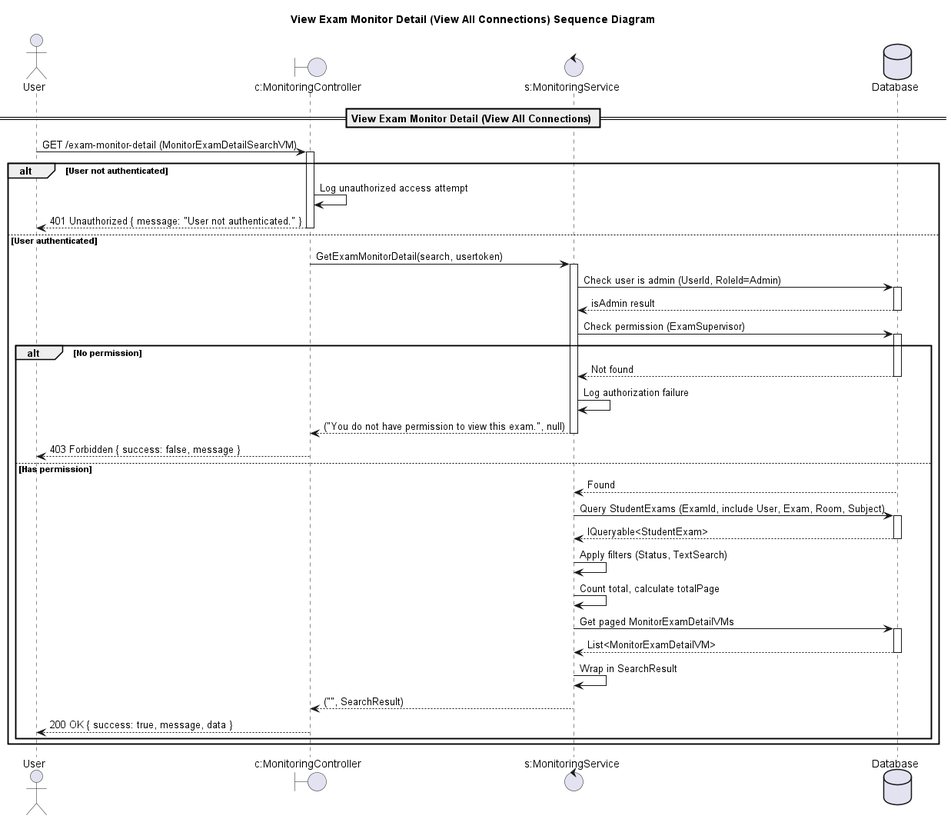
The PlantUML diagram design/out/viewexammonitordetailsequencediagram/viewexammonitordetailsequencediagram.png in conghoan1211/AI-Kiosk-Testing-system, before a commit.
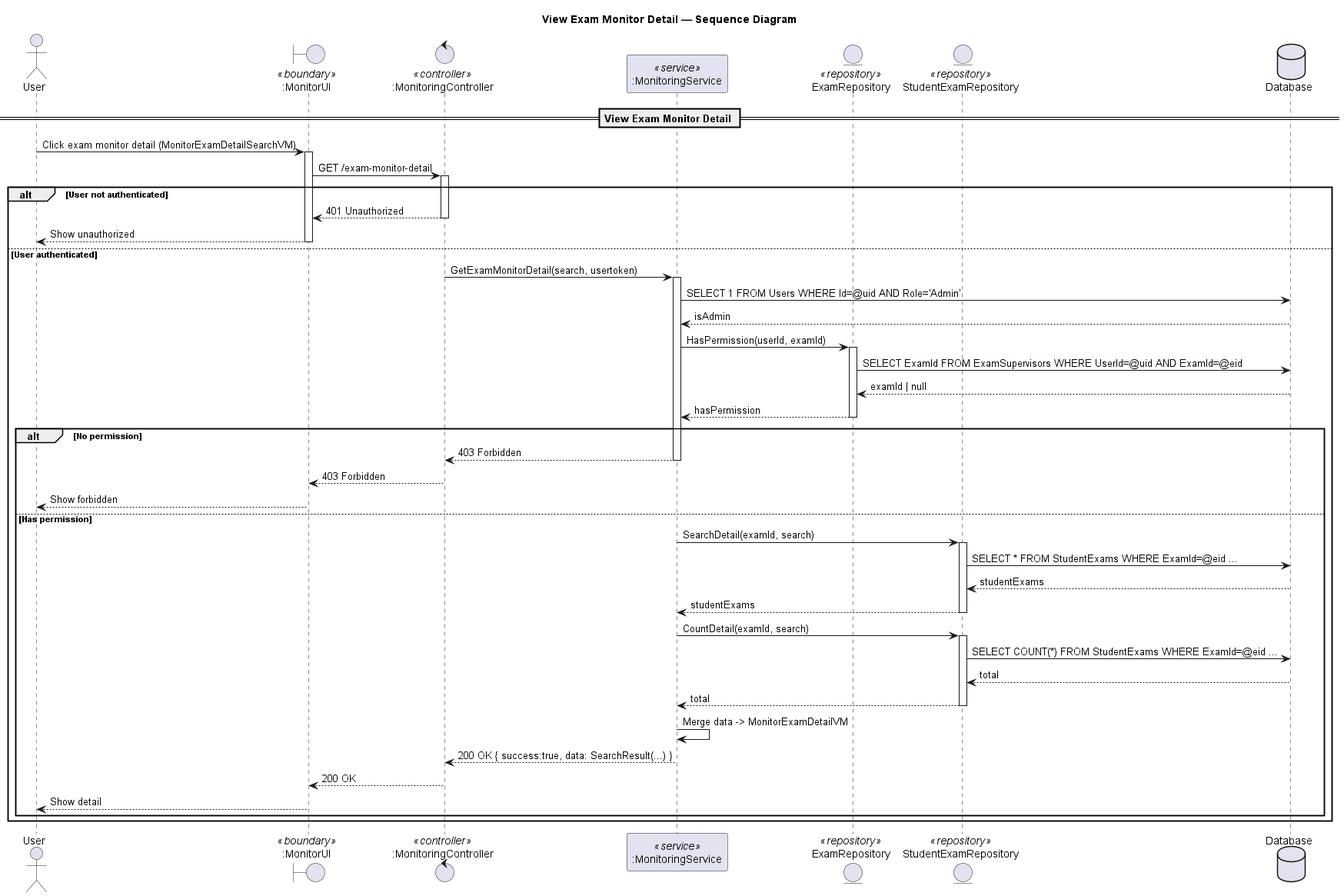
The same file after the commit.

Change to the diagram source:
```diff
@@ -1,62 +1,71 @@
 @startuml
+title View Exam Monitor Detail — Sequence Diagram
+actor "User" as Client
+boundary ":MonitorUI" as UI <<boundary>>
+control ":MonitoringController" as Controller <<controller>>
+participant ":MonitoringService" as Service <<service>>
 
-title View Exam Monitor Detail (View All Connections) Sequence Diagram
+entity "ExamRepository" as ExamRepo <<repository>>
+entity "StudentExamRepository" as StuExamRepo <<repository>>
 
-actor "User" as Client
-boundary "c:MonitoringController" as Controller
-control "s:MonitoringService" as Service
 database "Database" as DB
 
-== View Exam Monitor Detail (View All Connections) ==
+== View Exam Monitor Detail ==
 
-Client -> Controller: GET /exam-monitor-detail (MonitorExamDetailSearchVM)
+Client -> UI: Click exam monitor detail (MonitorExamDetailSearchVM)
+activate UI
+UI -> Controller: GET /exam-monitor-detail
 activate Controller
 
 alt User not authenticated
-    Controller -> Controller: Log unauthorized access attempt
-    Controller --> Client: 401 Unauthorized { message: "User not authenticated." }
+  Controller --> UI: 401 Unauthorized
+  deactivate Controller
+  UI --> Client: Show unauthorized
+  deactivate UI
+else User authenticated
+  Controller -> Service: GetExamMonitorDetail(search, usertoken)
+  activate Service
+
+  Service -> DB: SELECT 1 FROM Users WHERE Id=@uid AND Role='Admin'
+  DB --> Service: isAdmin
+
+  Service -> ExamRepo: HasPermission(userId, examId)
+  activate ExamRepo
+  ExamRepo -> DB: SELECT ExamId FROM ExamSupervisors WHERE UserId=@uid AND ExamId=@eid
+  DB --> ExamRepo: examId | null
+  ExamRepo --> Service: hasPermission
+  deactivate ExamRepo
+
+  alt No permission
+    Service --> Controller: 403 Forbidden
+    deactivate Service
+    Controller --> UI: 403 Forbidden
     deactivate Controller
-else User authenticated
-    Controller -> Service: GetExamMonitorDetail(search, usertoken)
-    activate Service
+    UI --> Client: Show forbidden
+    deactivate UI
+  else Has permission
+    Service -> StuExamRepo: SearchDetail(examId, search)
+    activate StuExamRepo
+    StuExamRepo -> DB: SELECT * FROM StudentExams WHERE ExamId=@eid ...
+    DB --> StuExamRepo: studentExams
+    StuExamRepo --> Service: studentExams
+    deactivate StuExamRepo
 
-    Service -> DB: Check user is admin (UserId, RoleId=Admin)
-    activate DB
-    DB --> Service: isAdmin result
-    deactivate DB
+    Service -> StuExamRepo: CountDetail(examId, search)
+    activate StuExamRepo
+    StuExamRepo -> DB: SELECT COUNT(*) FROM StudentExams WHERE ExamId=@eid ...
+    DB --> StuExamRepo: total
+    StuExamRepo --> Service: total
+    deactivate StuExamRepo
 
-    Service -> DB: Check permission (ExamSupervisor)
-    activate DB
-    alt No permission
-        DB --> Service: Not found
-        deactivate DB
-        Service -> Service: Log authorization failure
-        Service --> Controller: ("You do not have permission to view this exam.", null)
-        deactivate Service
-        Controller --> Client: 403 Forbidden { success: false, message }
-        deactivate Controller
-    else Has permission
-        DB --> Service: Found
-        deactivate DB
-
-        Service -> DB: Query StudentExams (ExamId, include User, Exam, Room, Subject)
-        activate DB
-        DB --> Service: IQueryable<StudentExam>
-        deactivate DB
-
-        Service -> Service: Apply filters (Status, TextSearch)
-        Service -> Service: Count total, calculate totalPage
-        Service -> DB: Get paged MonitorExamDetailVMs
-        activate DB
-        DB --> Service: List<MonitorExamDetailVM>
-        deactivate DB
-
-        Service -> Service: Wrap in SearchResult
-        Service --> Controller: ("", SearchResult)
-        deactivate Service
-        Controller --> Client: 200 OK { success: true, message, data }
-        deactivate Controller
-    end alt
-end alt
+    Service -> Service: Merge data -> MonitorExamDetailVM
+    Service --> Controller: 200 OK { success:true, data: SearchResult(...) }
+    deactivate Service
+    Controller --> UI: 200 OK
+    deactivate Controller
+    UI --> Client: Show detail
+    deactivate UI
+  end
+end
 
 @enduml
```
